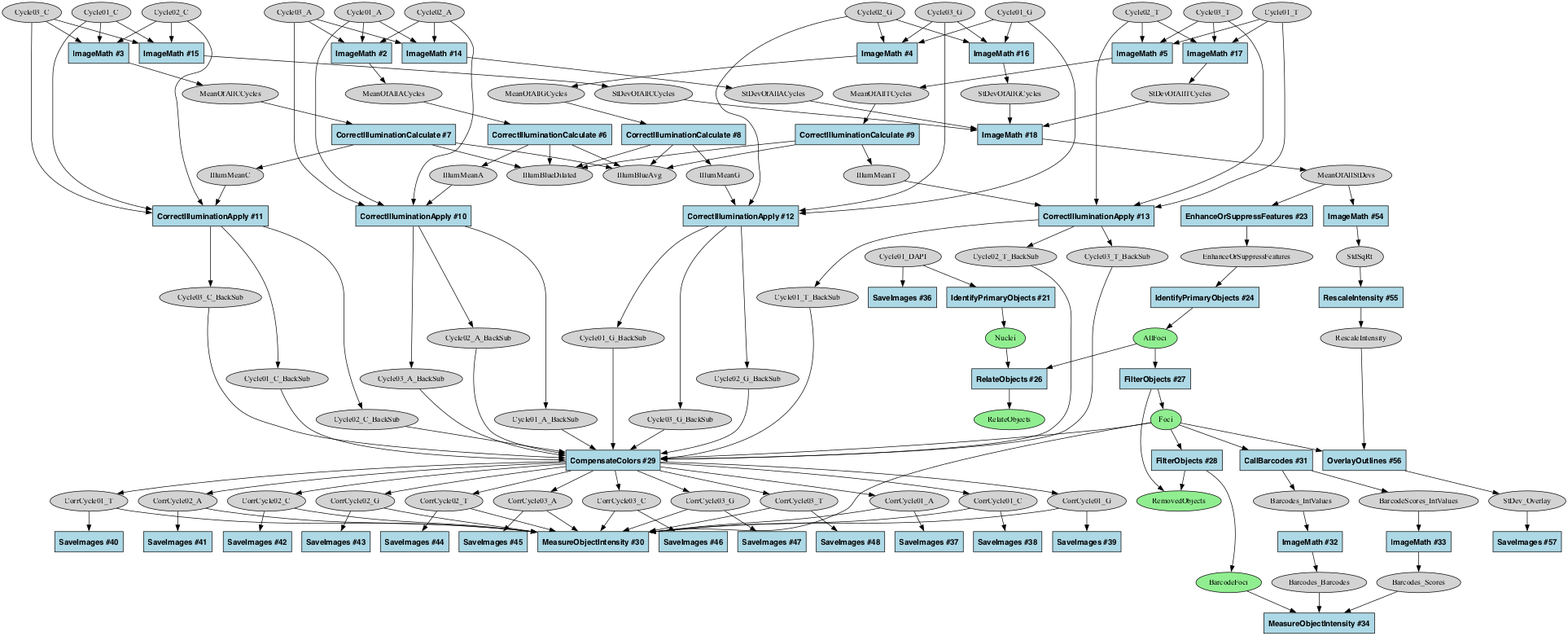
This is docs/tester/assets/pcpip-pipelines/_ref_graph_format/png/ref_7_BC_Preprocess.png from broadinstitute/starrynight, a Graphviz export, as it was before one commit. Its source is kept beside it as docs/tester/assets/pcpip-pipelines/_ref_graph_format/dot/ref_7_BC_Preprocess.dot.
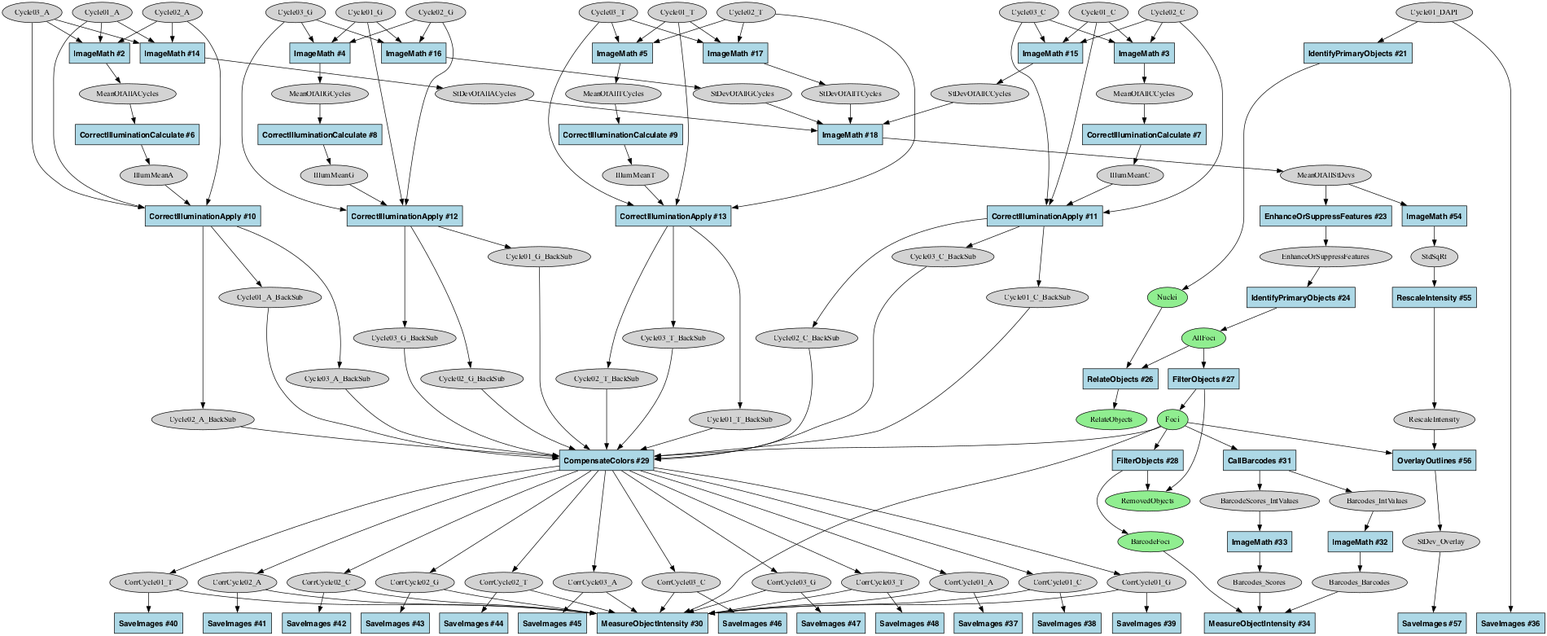
Later version of the same file.

What changed in the source:
```diff
@@ -87,8 +87,6 @@
 image__Cycle03_T [type=image, label="Cycle03_T", shape=ellipse, style=filled, fillcolor=lightgray];
 image__Cycle03_T_BackSub [type=image, label="Cycle03_T_BackSub", shape=ellipse, style=filled, fillcolor=lightgray];
 image__EnhanceOrSuppressFeatures [type=image, label=EnhanceOrSuppressFeatures, shape=ellipse, style=filled, fillcolor=lightgray];
-image__IllumBlueAvg [type=image, label=IllumBlueAvg, shape=ellipse, style=filled, fillcolor=lightgray];
-image__IllumBlueDilated [type=image, label=IllumBlueDilated, shape=ellipse, style=filled, fillcolor=lightgray];
 image__IllumMeanA [type=image, label=IllumMeanA, shape=ellipse, style=filled, fillcolor=lightgray];
 image__IllumMeanC [type=image, label=IllumMeanC, shape=ellipse, style=filled, fillcolor=lightgray];
 image__IllumMeanG [type=image, label=IllumMeanG, shape=ellipse, style=filled, fillcolor=lightgray];
@@ -137,17 +135,9 @@
 CorrectIlluminationApply_d60b7604 -> image__Cycle01_C_BackSub [type="image_output"];
 CorrectIlluminationApply_d60b7604 -> image__Cycle02_C_BackSub [type="image_output"];
 CorrectIlluminationApply_d60b7604 -> image__Cycle03_C_BackSub [type="image_output"];
-CorrectIlluminationCalculate_334755f5 -> image__IllumBlueAvg [type="image_output"];
-CorrectIlluminationCalculate_334755f5 -> image__IllumBlueDilated [type="image_output"];
 CorrectIlluminationCalculate_334755f5 -> image__IllumMeanA [type="image_output"];
-CorrectIlluminationCalculate_8af30a76 -> image__IllumBlueAvg [type="image_output"];
-CorrectIlluminationCalculate_8af30a76 -> image__IllumBlueDilated [type="image_output"];
 CorrectIlluminationCalculate_8af30a76 -> image__IllumMeanT [type="image_output"];
-CorrectIlluminationCalculate_d64cc7e1 -> image__IllumBlueAvg [type="image_output"];
-CorrectIlluminationCalculate_d64cc7e1 -> image__IllumBlueDilated [type="image_output"];
 CorrectIlluminationCalculate_d64cc7e1 -> image__IllumMeanC [type="image_output"];
-CorrectIlluminationCalculate_e6ea05d7 -> image__IllumBlueAvg [type="image_output"];
-CorrectIlluminationCalculate_e6ea05d7 -> image__IllumBlueDilated [type="image_output"];
 CorrectIlluminationCalculate_e6ea05d7 -> image__IllumMeanG [type="image_output"];
 EnhanceOrSuppressFeatures_6375e4b9 -> image__EnhanceOrSuppressFeatures [type="image_output"];
 FilterObjects_489d0938 -> object__Foci [type="object_output"];
@@ -276,4 +266,7 @@
 object__Foci -> MeasureObjectIntensity_23398fff [type="object_list_input"];
 object__Foci -> OverlayOutlines_87b87059 [type="object_input"];
 object__Nuclei -> RelateObjects_129b8099 [type="object_input"];
+
+  {rank = min; image__Cycle01_A; image__Cycle02_A; image__Cycle03_A; image__Cycle01_C; image__Cycle02_C; image__Cycle03_C; image__Cycle01_G; image__Cycle02_G; image__Cycle03_G; image__Cycle01_T; image__Cycle02_T; image__Cycle03_T; image__Cycle01_DAPI;}
+  {rank = max; MeasureObjectIntensity_23398fff; MeasureObjectIntensity_310244a3; SaveImages_a76d743b; SaveImages_7d82f3ed; SaveImages_706ac2ab; SaveImages_b9169d9c; SaveImages_b4f4c030; SaveImages_fb525429; SaveImages_e221a61a; SaveImages_449be876; SaveImages_d0452ebc; SaveImages_d6bbc055; SaveImages_edba6f32; SaveImages_d7642dbf; SaveImages_605e9e6a; SaveImages_330c0388;}
 }
```
